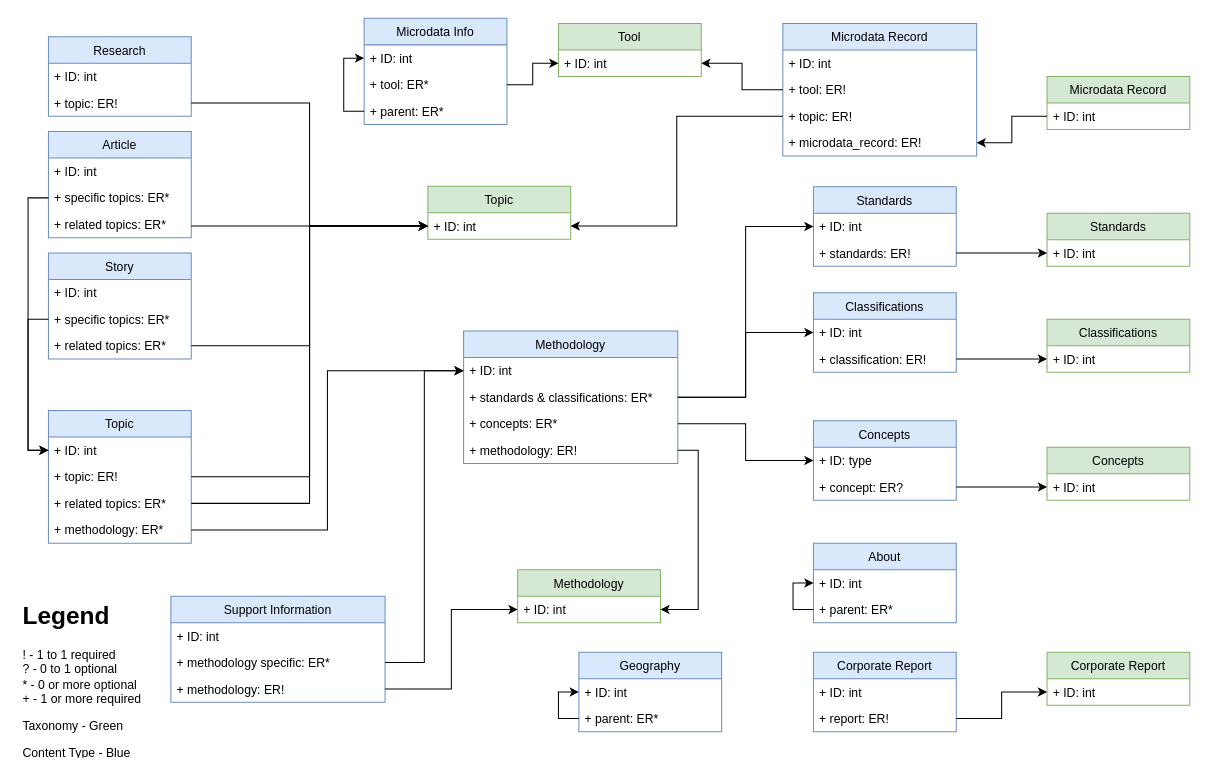
This is Untitled Diagram.drawio from rhys-mcguckin/d8-features, a draw.io file, before an edit. Source tidied: cells renumbered, new cells numbered last; positions are measured from the earlier drawing's top-left corner, leaving out a move shared by most shapes. Both pictures are drawn from the tidied source at 102%, with x=0, y=0 at pixel (17, 18).
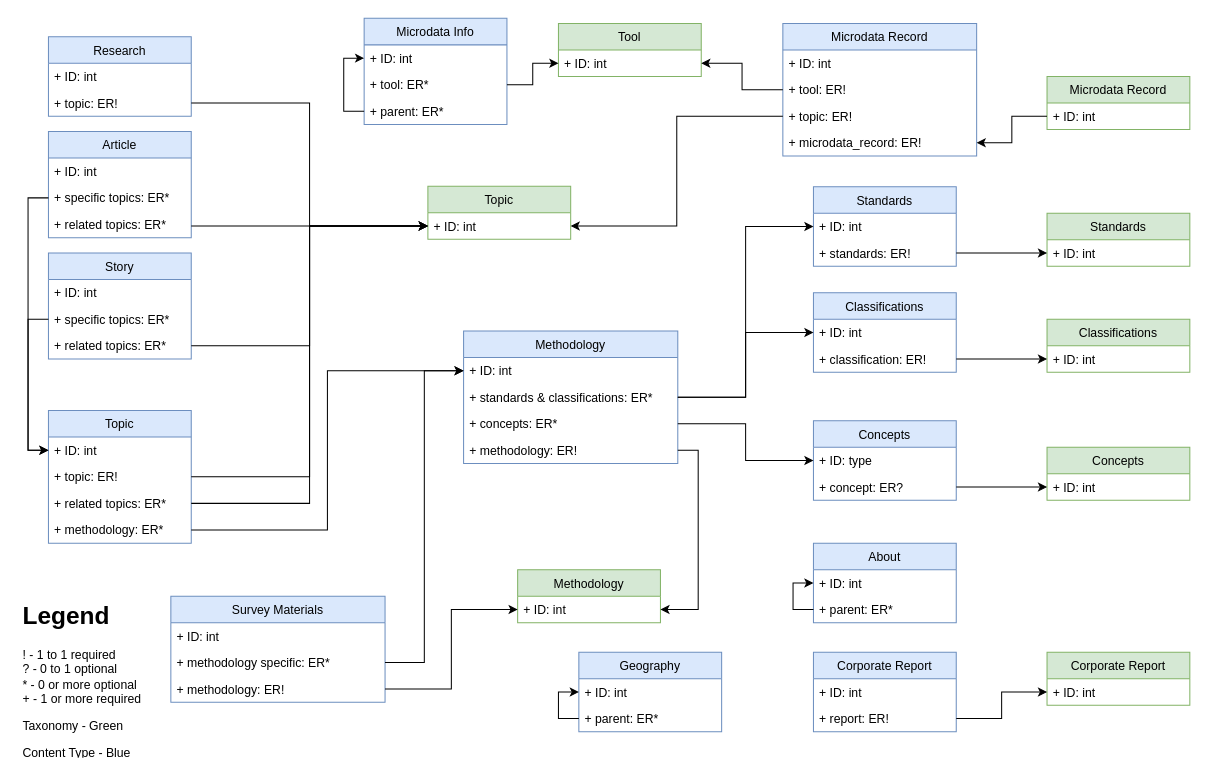
The same page after the edit.

Commit message:
Rename Survey Materials

What changed in the source:
```diff
@@
-    <mxCell id="41" value="Support Information" style="swimlane;fontStyle=0;horizontal=1;startSize=26;fillColor=#dae8fc;strokeColor=#6c8ebf;" parent="1" vertex="1">
+    <mxCell id="41" value="Survey Materials" style="swimlane;fontStyle=0;horizontal=1;startSize=26;fillColor=#dae8fc;strokeColor=#6c8ebf;" parent="1" vertex="1">
       <mxGeometry x="150" y="566" width="210" height="104" as="geometry" />
     </mxCell>
```
